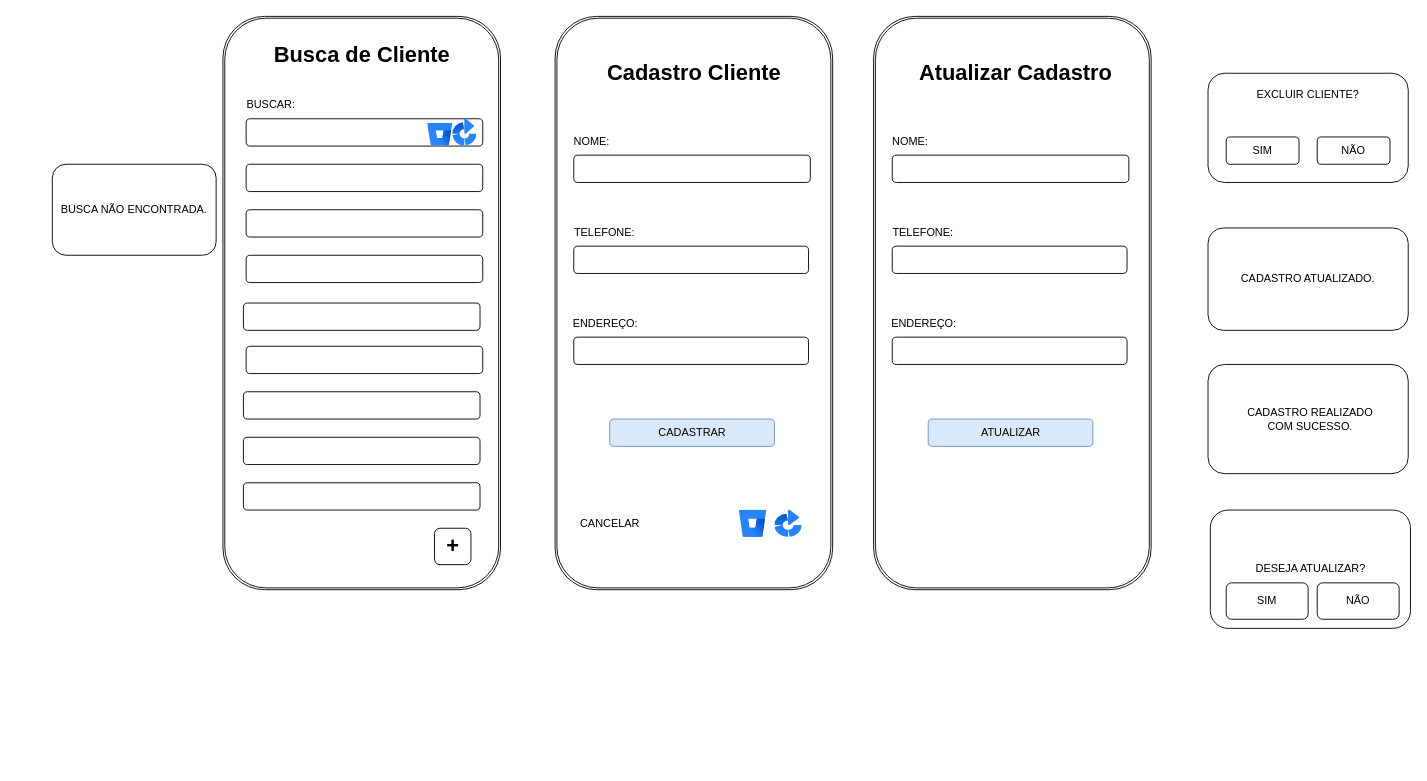
The draw.io diagram page "Página-1" (1 of 6) of DOC/tela.drawio in rafaelareisilva/avatar.app, before the edit. Source tidied: cells renumbered, new cells numbered last; positions are measured from the earlier drawing's top-left corner, leaving out a move shared by most shapes. Both pictures are drawn from the tidied source at 91%, with x=0, y=0 at pixel (52, 36).
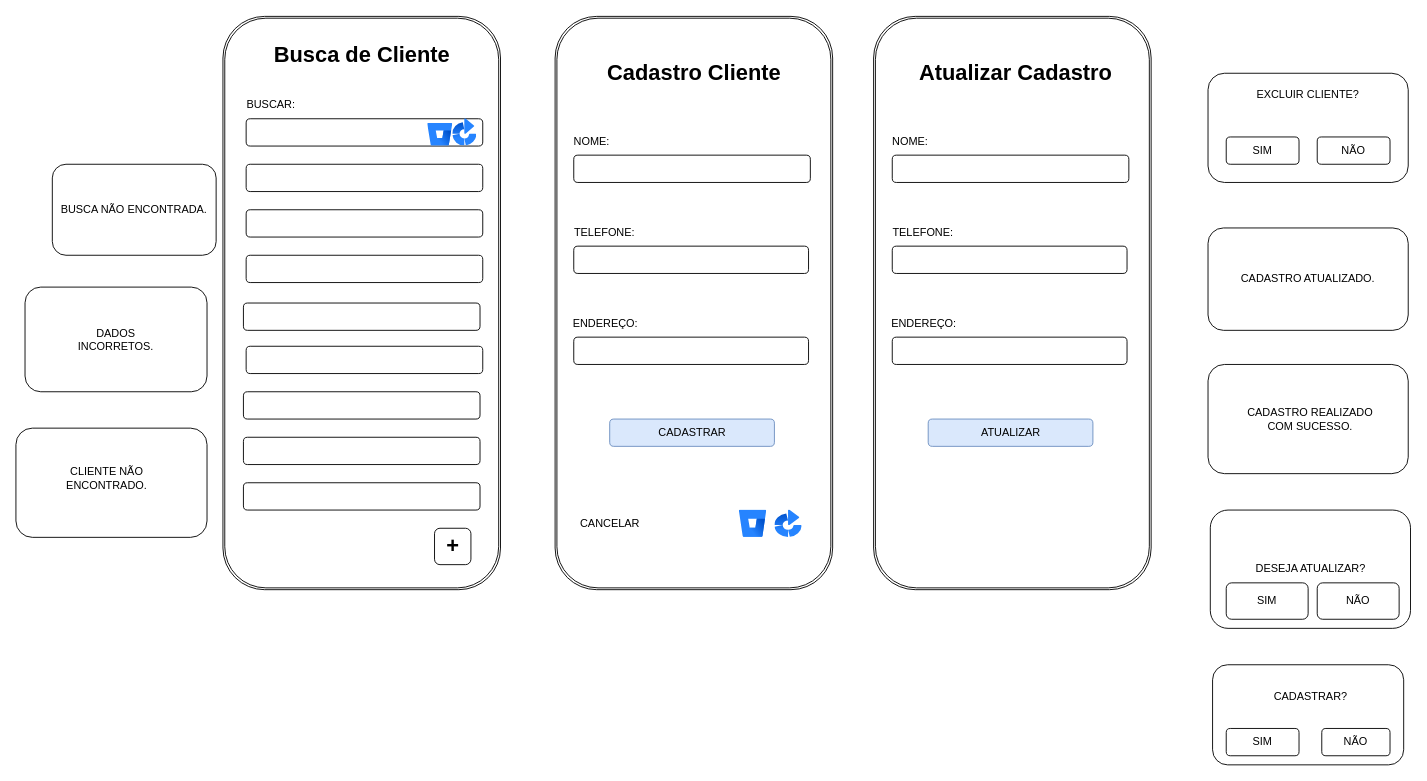
The same page after the edit.

Change to the diagram source:
```diff
@@
+    <mxCell id="50" style="rounded=1;whiteSpace=wrap;html=1;" parent="1" vertex="1">
+      <mxGeometry x="-30" y="275" width="200" height="115" as="geometry" />
+    </mxCell>
+    <mxCell id="51" value="DADOS INCORRETOS." style="text;html=1;align=center;verticalAlign=middle;whiteSpace=wrap;rounded=0;" parent="1" vertex="1">
+      <mxGeometry x="20" y="317.5" width="100" height="30" as="geometry" />
+    </mxCell>
+    <mxCell id="52" style="rounded=1;whiteSpace=wrap;html=1;" parent="1" vertex="1">
+      <mxGeometry x="1275" y="690" width="210" height="110" as="geometry" />
+    </mxCell>
+    <mxCell id="53" value="CADASTRAR?" style="text;html=1;align=center;verticalAlign=middle;whiteSpace=wrap;rounded=0;" parent="1" vertex="1">
+      <mxGeometry x="1352.5" y="710" width="60" height="30" as="geometry" />
+    </mxCell>
+    <mxCell id="54" value="SIM" style="rounded=1;whiteSpace=wrap;html=1;" parent="1" vertex="1">
+      <mxGeometry x="1290" y="760" width="80" height="30" as="geometry" />
+    </mxCell>
+    <mxCell id="55" value="NÃO" style="rounded=1;whiteSpace=wrap;html=1;" parent="1" vertex="1">
+      <mxGeometry x="1395" y="760" width="75" height="30" as="geometry" />
+    </mxCell>
+    <mxCell id="56" style="rounded=1;whiteSpace=wrap;html=1;" parent="1" vertex="1">
+      <mxGeometry x="-40" y="430" width="210" height="120" as="geometry" />
+    </mxCell>
+    <mxCell id="57" value="CLIENTE NÃO ENCONTRADO." style="text;html=1;align=center;verticalAlign=middle;whiteSpace=wrap;rounded=0;" parent="1" vertex="1">
+      <mxGeometry y="470" width="120" height="30" as="geometry" />
+    </mxCell>
```
